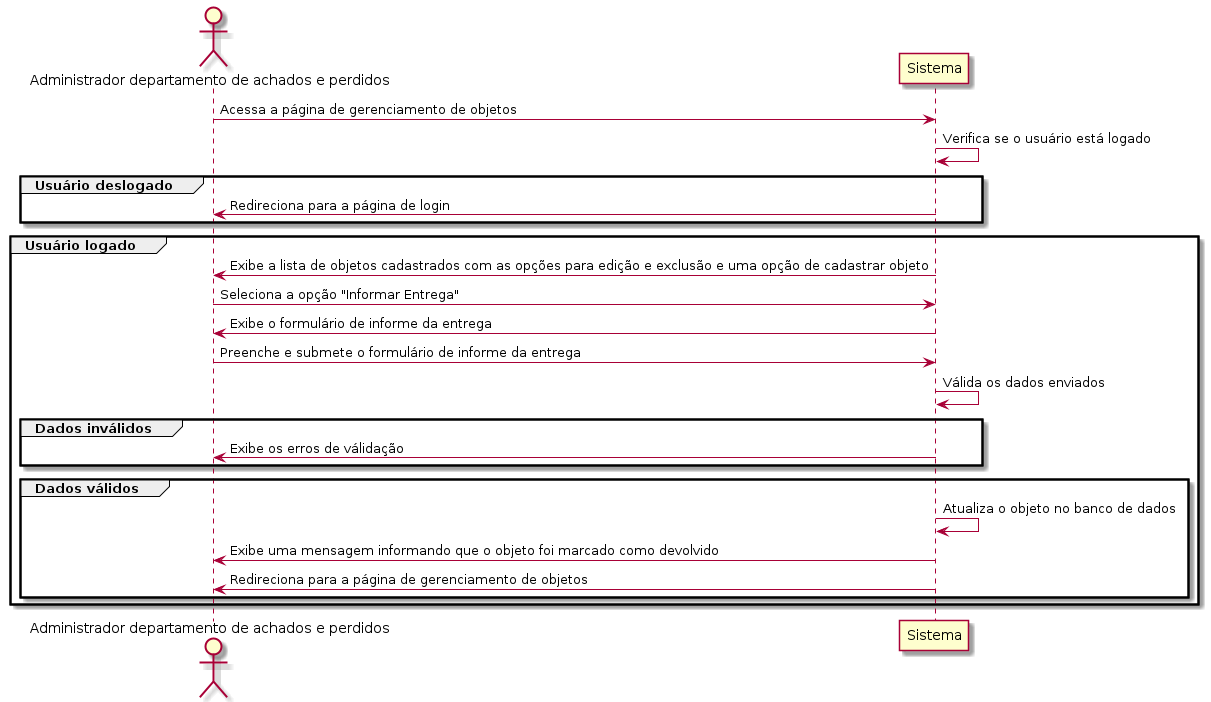
Before: out/casos-de-uso/administrador/RAP03/RAP03.png, a diagram exported from PlantUML (treinaweb/desafio-achados-e-perdidos). Source of this version:
```plantuml
@startuml RAP03

actor "Administrador departamento de achados e perdidos" as admin
participant "Sistema" as sistema

admin -> sistema: Acessa a página de gerenciamento de objetos
sistema -> sistema: Verifica se o usuário está logado

group Usuário deslogado
  sistema -> admin: Redireciona para a página de login
end

group Usuário logado
  sistema -> admin: Exibe a lista de objetos cadastrados com as opções para edição e exclusão e uma opção de cadastrar objeto
  admin -> sistema: Seleciona a opção "Informar Entrega"
  sistema -> admin: Exibe o formulário de informe da entrega
  admin -> sistema: Preenche e submete o formulário de informe da entrega
  sistema -> sistema: Válida os dados enviados

  group Dados inválidos
    sistema -> admin: Exibe os erros de válidação
  end

  group Dados válidos
    sistema -> sistema: Atualiza o objeto no banco de dados
    sistema -> admin: Exibe uma mensagem informando que o objeto foi marcado como devolvido
    sistema -> admin: Redireciona para a página de gerenciamento de objetos
  end
end

@enduml
```
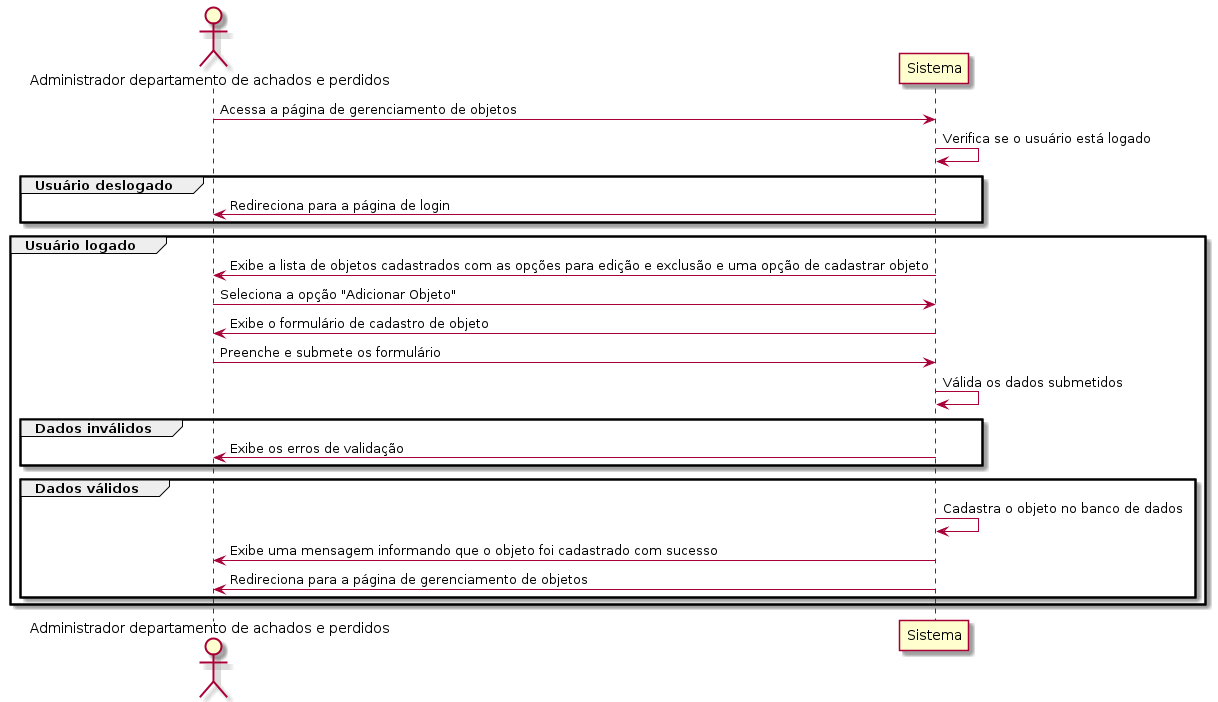
The same file after the commit.

Diff of the diagram source:
```diff
@@ -12,18 +12,18 @@
 
 group Usuário logado
   sistema -> admin: Exibe a lista de objetos cadastrados com as opções para edição e exclusão e uma opção de cadastrar objeto
-  admin -> sistema: Seleciona a opção "Informar Entrega"
-  sistema -> admin: Exibe o formulário de informe da entrega
-  admin -> sistema: Preenche e submete o formulário de informe da entrega
-  sistema -> sistema: Válida os dados enviados
+  admin -> sistema: Seleciona a opção "Adicionar Objeto"
+  sistema -> admin: Exibe o formulário de cadastro de objeto
+  admin -> sistema: Preenche e submete os formulário
+  sistema -> sistema: Válida os dados submetidos
 
   group Dados inválidos
-    sistema -> admin: Exibe os erros de válidação
+    sistema -> admin: Exibe os erros de validação
   end
 
   group Dados válidos
-    sistema -> sistema: Atualiza o objeto no banco de dados
-    sistema -> admin: Exibe uma mensagem informando que o objeto foi marcado como devolvido
+    sistema -> sistema: Cadastra o objeto no banco de dados
+    sistema -> admin: Exibe uma mensagem informando que o objeto foi cadastrado com sucesso
     sistema -> admin: Redireciona para a página de gerenciamento de objetos
   end
 end
```
